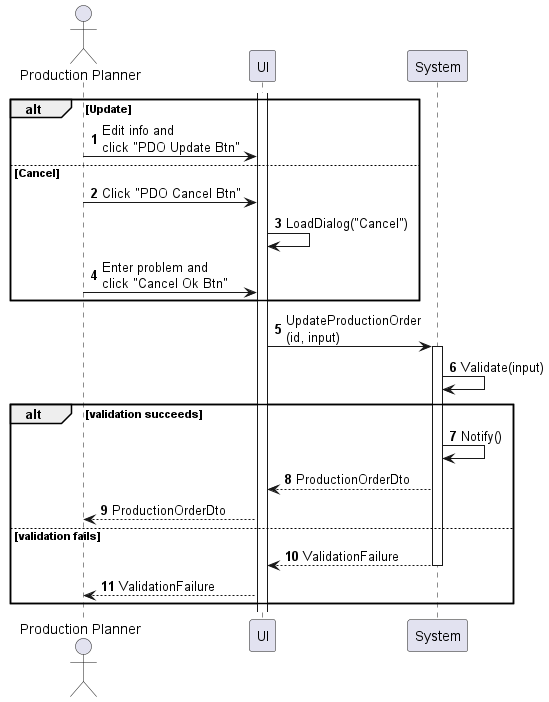
Before: sequences/production-order-update.png, a diagram exported from PlantUML (phihungha/scmss-reqs).
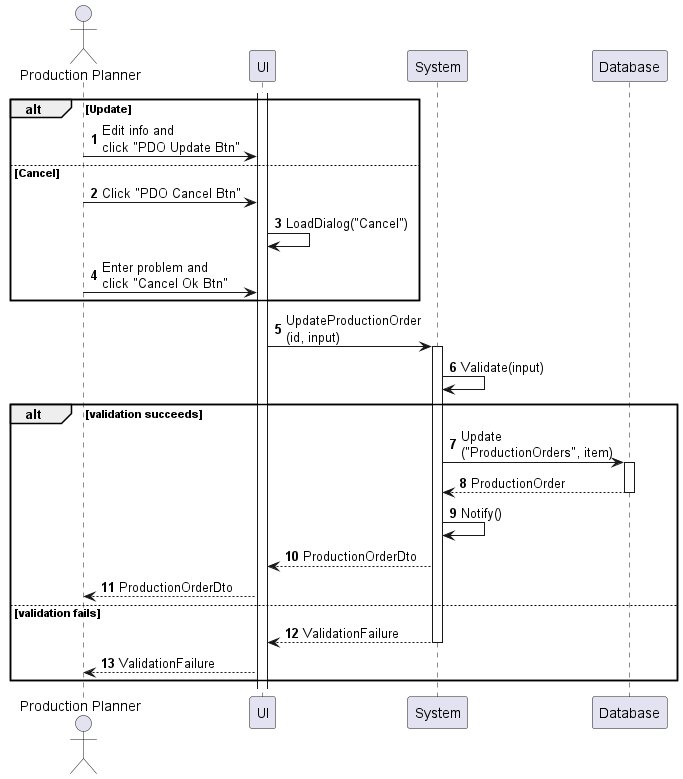
Above is the later version.

Change to the diagram source:
```diff
@@ -4,6 +4,7 @@
 actor "Production Planner" as a
 participant UI as f
 participant System as b
+participant Database as d
 
 activate f
 
@@ -20,6 +21,9 @@
 b -> b : Validate(input)
 
 alt validation succeeds
+    b -> d : Update\n("ProductionOrders", item)
+    activate d
+    return ProductionOrder
     b -> b : Notify()
     b --> f : ProductionOrderDto
     f --> a : ProductionOrderDto
```
